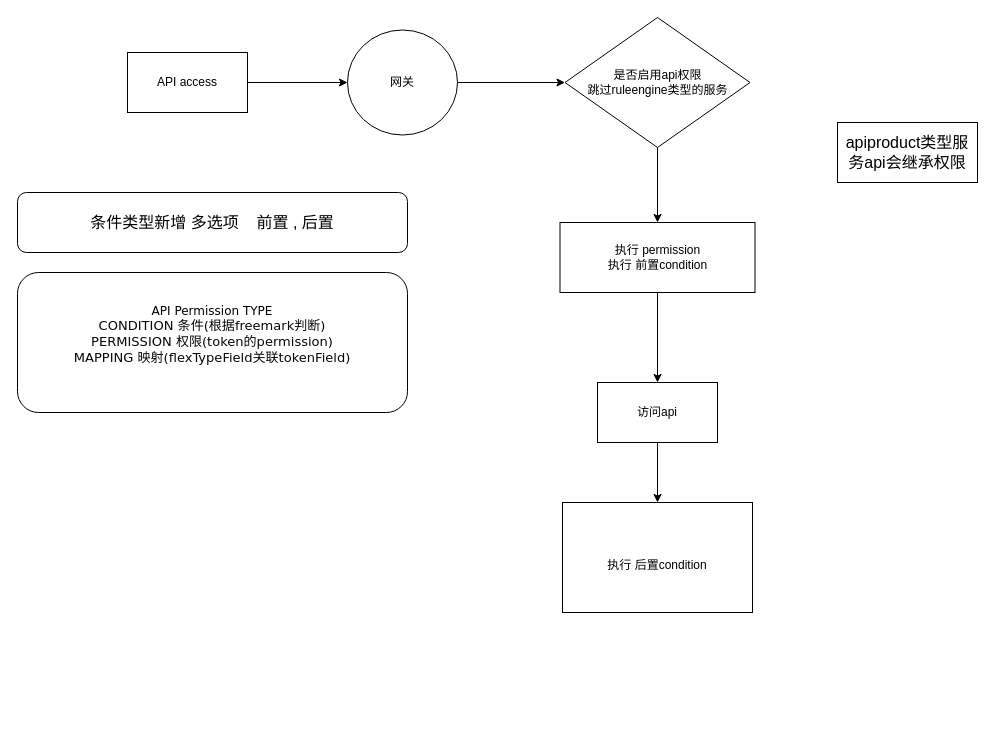
Before: page "规则引擎" (1 of 2) of 未命名绘图.drawio in anyingle/ay-diagrams, a draw.io diagram. Source tidied: cells renumbered, new cells numbered last; positions are measured from the earlier drawing's top-left corner, leaving out a move shared by most shapes. Both pictures are drawn from the tidied source at 100%, with x=0, y=0 at pixel (17, 17).
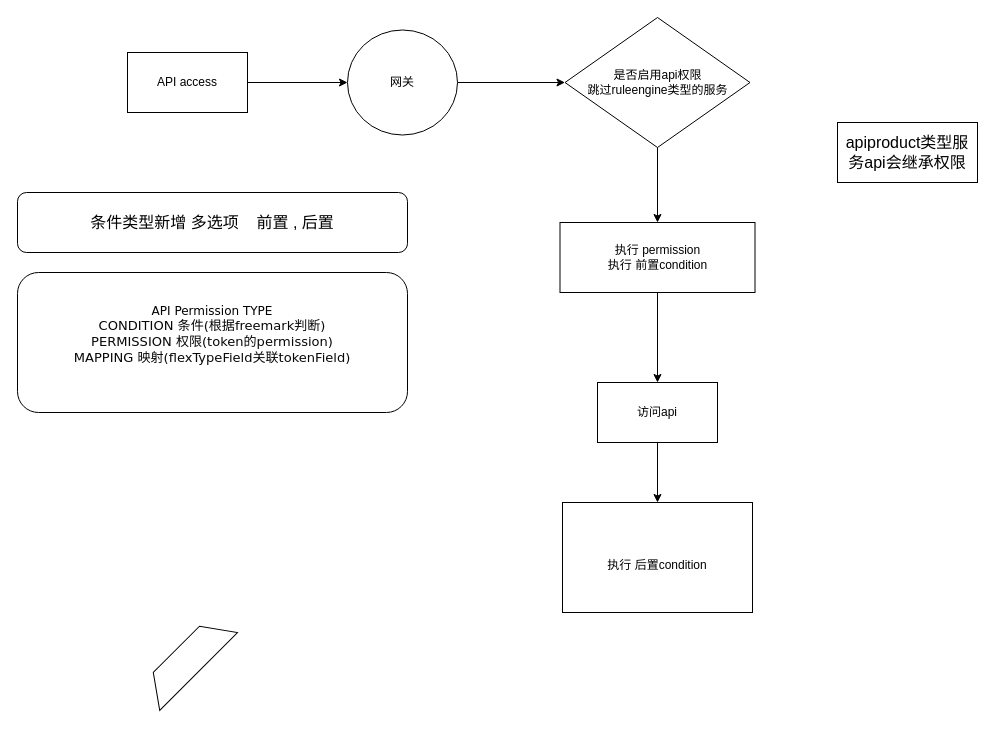
The same diagram, later.

Commit message:
更新未命名绘图.drawio

Diff of the diagram source:
```diff
@@
 <mxGraphModel>
   <root>
     <mxCell id="0" />
     <mxCell id="1" parent="0" />
     <mxCell id="2" value="API access" style="rounded=0;whiteSpace=wrap;html=1;" parent="1" vertex="1">
       <mxGeometry x="110" y="35" width="120" height="60" as="geometry" />
     </mxCell>
     <mxCell id="3" style="endArrow=classic;html=1;rounded=0;exitX=1;exitY=0.5;exitDx=0;exitDy=0;entryX=0;entryY=0.5;entryDx=0;entryDy=0;" parent="1" edge="1" source="2" target="5">
       <mxGeometry relative="1" as="geometry" />
     </mxCell>
     <mxCell id="4" style="edgeStyle=orthogonalEdgeStyle;rounded=0;jettySize=auto;html=1;" parent="1" edge="1" source="5" target="7">
       <mxGeometry relative="1" as="geometry" />
     </mxCell>
     <mxCell id="5" value="网关" style="ellipse;whiteSpace=wrap;html=1;" parent="1" vertex="1">
       <mxGeometry x="330" y="12.5" width="110" height="105" as="geometry" />
     </mxCell>
     <mxCell id="6" style="edgeStyle=orthogonalEdgeStyle;rounded=0;jettySize=auto;html=1;" parent="1" edge="1" source="7" target="9">
       <mxGeometry relative="1" as="geometry" />
     </mxCell>
     <mxCell id="7" value="是否启用api权限&lt;br&gt;跳过ruleengine类型的服务" style="rhombus;whiteSpace=wrap;html=1;" parent="1" vertex="1">
       <mxGeometry x="547.5" width="185" height="130" as="geometry" />
     </mxCell>
     <mxCell id="8" style="edgeStyle=orthogonalEdgeStyle;rounded=0;jettySize=auto;html=1;" parent="1" edge="1" source="9" target="11">
       <mxGeometry relative="1" as="geometry" />
     </mxCell>
     <mxCell id="9" value="执行 permission&lt;br&gt;执行 前置condition&lt;br&gt;" style="whiteSpace=wrap;html=1;" parent="1" vertex="1">
       <mxGeometry x="542.5" y="205" width="195" height="70" as="geometry" />
     </mxCell>
     <mxCell id="10" style="edgeStyle=orthogonalEdgeStyle;rounded=0;jettySize=auto;html=1;entryX=0.5;entryY=0;entryDx=0;entryDy=0;" parent="1" edge="1" source="11" target="14">
       <mxGeometry relative="1" as="geometry" />
     </mxCell>
     <mxCell id="11" value="访问api" style="whiteSpace=wrap;html=1;" parent="1" vertex="1">
       <mxGeometry x="580" y="365" width="120" height="60" as="geometry" />
     </mxCell>
     <mxCell id="12" value="API Permission TYPE&lt;br&gt;&lt;div style=&quot;background-color: rgb(255, 255, 255); color: rgb(8, 8, 8); font-size: 9.8pt;&quot;&gt;&lt;div&gt;CONDITION 条件(根据freemark判断)&lt;/div&gt;&lt;div&gt;&lt;div style=&quot;font-size: 9.8pt;&quot;&gt;&lt;div&gt;PERMISSION 权限(token的permission)&lt;/div&gt;&lt;div&gt;&lt;div style=&quot;font-size: 9.8pt;&quot;&gt;&lt;div&gt;MAPPING 映射(flexTypeField关联tokenField)&lt;/div&gt;&lt;div&gt;&lt;br&gt;&lt;/div&gt;&lt;/div&gt;&lt;/div&gt;&lt;/div&gt;&lt;/div&gt;&lt;/div&gt;" style="rounded=1;whiteSpace=wrap;html=1;fontFamily=Verdana;" parent="1" vertex="1">
       <mxGeometry y="255" width="390" height="140" as="geometry" />
     </mxCell>
     <mxCell id="13" value="条件类型新增 多选项&amp;nbsp; &amp;nbsp; 前置 , 后置" style="rounded=1;whiteSpace=wrap;html=1;fontSize=16;" parent="1" vertex="1">
       <mxGeometry y="175" width="390" height="60" as="geometry" />
     </mxCell>
     <mxCell id="14" value="&lt;br&gt;执行 后置condition&lt;br&gt;" style="whiteSpace=wrap;html=1;" parent="1" vertex="1">
       <mxGeometry x="545" y="485" width="190" height="110" as="geometry" />
     </mxCell>
     <mxCell id="15" value="apiproduct类型服务api会继承权限&lt;br&gt;" style="rounded=0;whiteSpace=wrap;html=1;fontSize=16;" parent="1" vertex="1">
       <mxGeometry x="820" y="105" width="140" height="60" as="geometry" />
     </mxCell>
+    <mxCell id="16" style="shape=trapezoid;perimeter=trapezoidPerimeter;whiteSpace=wrap;html=1;fixedSize=1;fontSize=16;size=22.299999999999955;rotation=-45;" parent="1" vertex="1">
+      <mxGeometry x="115" y="627.2" width="110" height="31.4" as="geometry" />
+    </mxCell>
   </root>
 </mxGraphModel>
```
